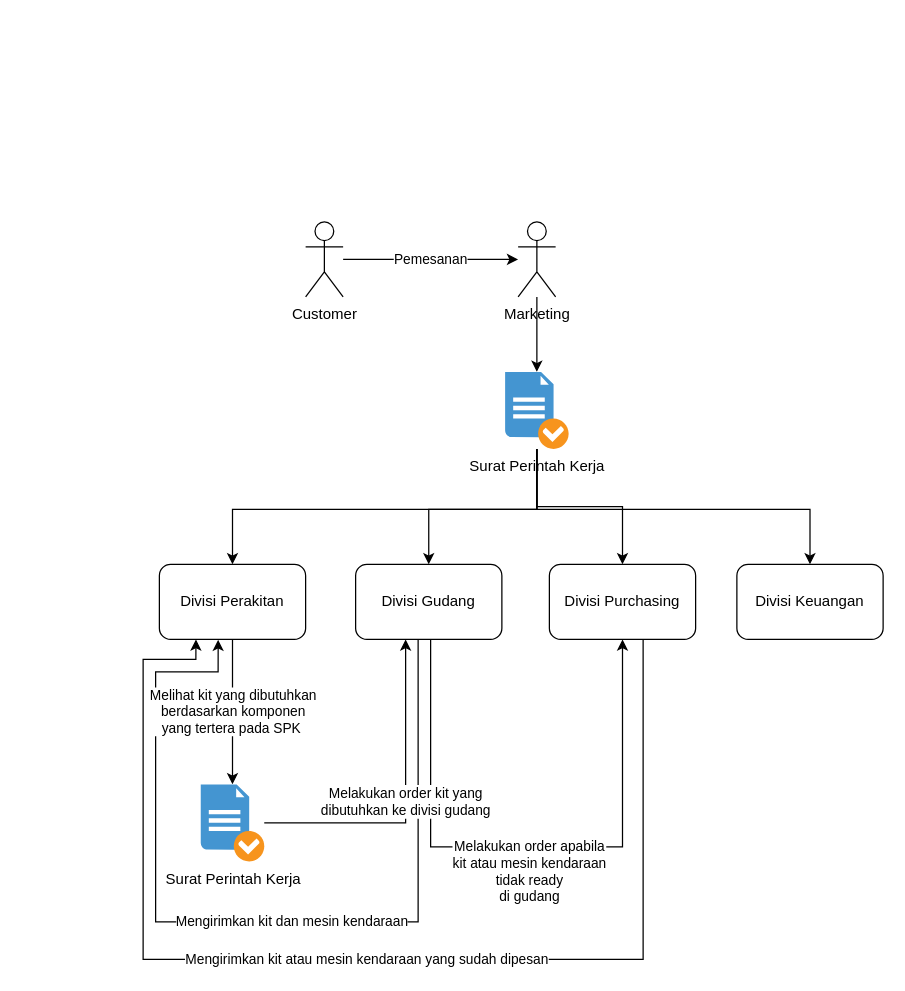
shironekoss/ProjectMagang keeps this draw.io diagram as BUKU/Gambar/sistem_awal.drawio. Above is the earlier version. Source tidied: cells renumbered, new cells numbered last; positions are measured from the earlier drawing's top-left corner, leaving out a move shared by most shapes. Both pictures are drawn from the tidied source at 125%, with x=0, y=0 at pixel (142, 221).
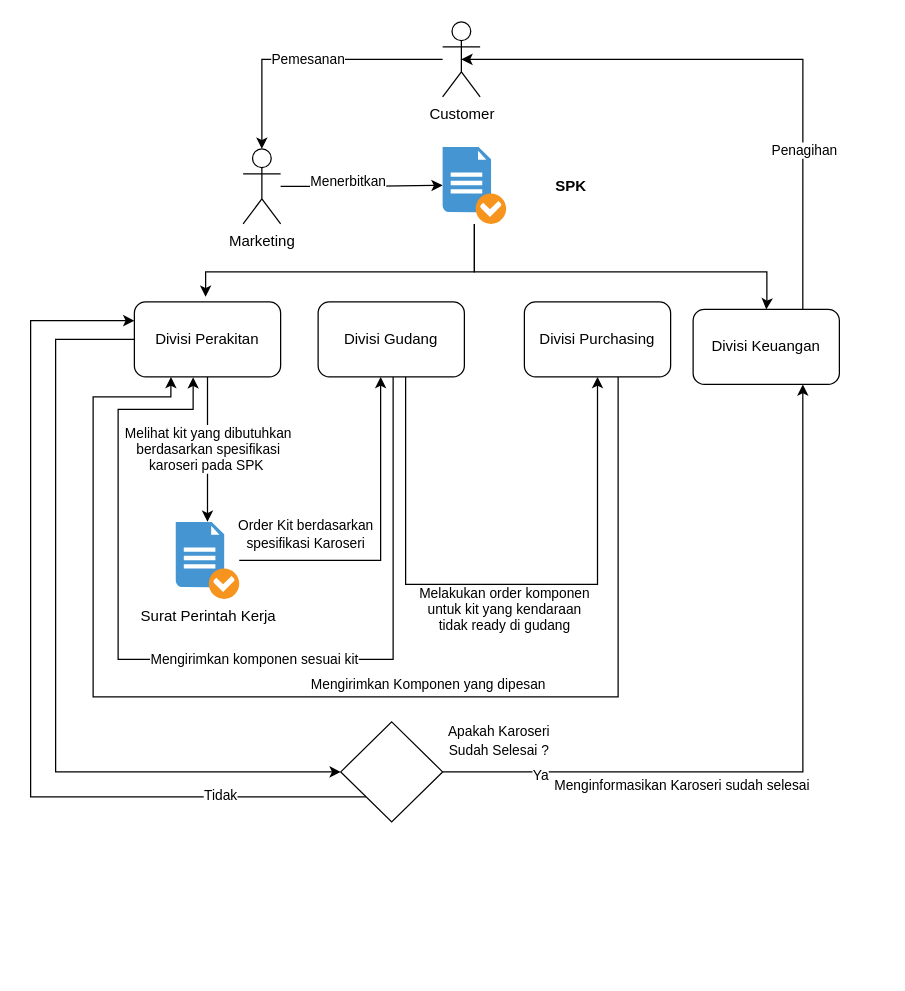
The same diagram, later.

The change refers to these unchanged cells:
```xml
<mxCell id="4" style="edgeStyle=orthogonalEdgeStyle;rounded=0;jettySize=auto;html=1;" parent="1" edge="1" source="5" target="10">
  <mxGeometry relative="1" as="geometry" />
</mxCell>
```

Change to the diagram source:
```diff
@@
     <mxCell id="3" value="Customer" style="shape=umlActor;verticalLabelPosition=bottom;verticalAlign=top;html=1;outlineConnect=0;" parent="1" vertex="1">
-      <mxGeometry x="130" width="30" height="60" as="geometry" />
+      <mxGeometry x="239.6" y="-160" width="30" height="60" as="geometry" />
     </mxCell>
@@
+    <mxCell id="21" value="Menerbitkan" style="edgeLabel;html=1;align=center;verticalAlign=middle;" parent="4" vertex="1">
+      <mxGeometry x="-0.19" y="4" relative="1" as="geometry" />
+    </mxCell>
     <mxCell id="5" value="Marketing" style="shape=umlActor;verticalLabelPosition=bottom;verticalAlign=top;html=1;outlineConnect=0;" parent="1" vertex="1">
-      <mxGeometry x="300" width="30" height="60" as="geometry" />
+      <mxGeometry x="80" y="-58.4" width="30" height="60" as="geometry" />
     </mxCell>
-    <mxCell id="6" style="edgeStyle=orthogonalEdgeStyle;rounded=0;jettySize=auto;html=1;entryX=0.5;entryY=0;entryDx=0;entryDy=0;" parent="1" edge="1" source="10" target="17">
-      <mxGeometry relative="1" as="geometry" />
-    </mxCell>
     <mxCell id="7" style="edgeStyle=orthogonalEdgeStyle;rounded=0;jettySize=auto;html=1;entryX=0.5;entryY=0;entryDx=0;entryDy=0;" parent="1" edge="1" source="10" target="18">
       <mxGeometry relative="1" as="geometry">
         <Array as="points">
-          <mxPoint x="315" y="230" />
-          <mxPoint x="534" y="230" />
+          <mxPoint x="265" y="40" />
+          <mxPoint x="499" y="40" />
+          <mxPoint x="499" y="64" />
         </Array>
       </mxGeometry>
     </mxCell>
-    <mxCell id="8" style="edgeStyle=orthogonalEdgeStyle;rounded=0;jettySize=auto;html=1;entryX=0.5;entryY=0;entryDx=0;entryDy=0;" parent="1" edge="1" source="10" target="13">
-      <mxGeometry relative="1" as="geometry">
-        <Array as="points">
-          <mxPoint x="315" y="230" />
-          <mxPoint x="228" y="230" />
-        </Array>
-      </mxGeometry>
-    </mxCell>
-    <mxCell id="9" style="edgeStyle=orthogonalEdgeStyle;rounded=0;jettySize=auto;html=1;entryX=0.5;entryY=0;entryDx=0;entryDy=0;" parent="1" edge="1" source="10" target="15">
+    <mxCell id="9" style="edgeStyle=orthogonalEdgeStyle;rounded=0;jettySize=auto;html=1;" parent="1" edge="1" source="10">
       <mxGeometry relative="1" as="geometry">
+        <mxPoint x="50" y="60" as="targetPoint" />
         <Array as="points">
-          <mxPoint x="315" y="230" />
-          <mxPoint x="72" y="230" />
+          <mxPoint x="265" y="40" />
+          <mxPoint x="50" y="40" />
         </Array>
       </mxGeometry>
     </mxCell>
-    <mxCell id="10" value="Surat Perintah Kerja" style="shadow=0;dashed=0;html=1;strokeColor=none;fillColor=#4495D1;labelPosition=center;verticalLabelPosition=bottom;verticalAlign=top;align=center;outlineConnect=0;shape=mxgraph.veeam.checked_doc;" parent="1" vertex="1">
-      <mxGeometry x="289.6" y="120" width="50.8" height="61.6" as="geometry" />
+    <mxCell id="10" style="shadow=0;dashed=0;html=1;strokeColor=none;fillColor=#4495D1;labelPosition=center;verticalLabelPosition=bottom;verticalAlign=top;align=center;outlineConnect=0;shape=mxgraph.veeam.checked_doc;" parent="1" vertex="1">
+      <mxGeometry x="239.6" y="-60" width="50.8" height="61.6" as="geometry" />
     </mxCell>
-    <mxCell id="11" value="Mengirimkan kit dan mesin kendaraan" style="edgeStyle=orthogonalEdgeStyle;rounded=0;jettySize=auto;html=1;entryX=0.402;entryY=1.006;entryDx=0;entryDy=0;entryPerimeter=0;" parent="1" edge="1" source="13" target="15">
+    <mxCell id="11" value="Mengirimkan komponen sesuai kit" style="edgeStyle=orthogonalEdgeStyle;rounded=0;jettySize=auto;html=1;entryX=0.402;entryY=1.006;entryDx=0;entryDy=0;entryPerimeter=0;" parent="1" edge="1" source="13" target="15">
       <mxGeometry x="-0.08" relative="1" as="geometry">
         <Array as="points">
-          <mxPoint x="220" y="560" />
-          <mxPoint x="10" y="560" />
-          <mxPoint x="10" y="360" />
-          <mxPoint x="60" y="360" />
+          <mxPoint x="200" y="350" />
+          <mxPoint x="-20" y="350" />
+          <mxPoint x="-20" y="150" />
+          <mxPoint x="40" y="150" />
         </Array>
       </mxGeometry>
     </mxCell>
-    <mxCell id="12" value="Melakukan order apabila &lt;br&gt;kit atau mesin kendaraan &lt;br&gt;tidak ready &lt;br&gt;di gudang" style="edgeStyle=orthogonalEdgeStyle;rounded=0;jettySize=auto;html=1;entryX=0.5;entryY=1;entryDx=0;entryDy=0;" parent="1" edge="1" source="13" target="17">
+    <mxCell id="12" value="Melakukan order komponen&lt;br&gt;untuk kit yang kendaraan &lt;br&gt;tidak ready di gudang" style="edgeStyle=orthogonalEdgeStyle;rounded=0;jettySize=auto;html=1;entryX=0.5;entryY=1;entryDx=0;entryDy=0;" parent="1" edge="1" source="13" target="17">
       <mxGeometry x="0.01" y="-20" relative="1" as="geometry">
         <Array as="points">
-          <mxPoint x="230" y="500" />
-          <mxPoint x="384" y="500" />
+          <mxPoint x="210" y="290" />
+          <mxPoint x="364" y="290" />
         </Array>
       </mxGeometry>
     </mxCell>
     <mxCell id="13" value="Divisi Gudang" style="rounded=1;whiteSpace=wrap;html=1;" parent="1" vertex="1">
-      <mxGeometry x="170" y="274" width="117" height="60" as="geometry" />
+      <mxGeometry x="140" y="64" width="117" height="60" as="geometry" />
     </mxCell>
-    <mxCell id="14" value="Melihat kit yang dibutuhkan &lt;br&gt;berdasarkan komponen &lt;br&gt;yang tertera pada SPK&amp;nbsp;" style="edgeStyle=orthogonalEdgeStyle;rounded=0;jettySize=auto;html=1;" parent="1" edge="1" source="15" target="20">
+    <mxCell id="14" value="Melihat kit yang dibutuhkan &lt;br&gt;berdasarkan spesifikasi&lt;br&gt;karoseri pada SPK&amp;nbsp;" style="edgeStyle=orthogonalEdgeStyle;rounded=0;jettySize=auto;html=1;" parent="1" edge="1" source="15" target="20">
       <mxGeometry relative="1" as="geometry" />
     </mxCell>
+    <mxCell id="22" style="edgeStyle=orthogonalEdgeStyle;rounded=0;jettySize=auto;html=1;exitX=0;exitY=0.5;exitDx=0;exitDy=0;entryX=0;entryY=0.5;entryDx=0;entryDy=0;" parent="1" edge="1" source="15" target="30">
+      <mxGeometry relative="1" as="geometry">
+        <Array as="points">
+          <mxPoint x="-70" y="94" />
+          <mxPoint x="-70" y="440" />
+        </Array>
+      </mxGeometry>
+    </mxCell>
     <mxCell id="15" value="Divisi Perakitan" style="rounded=1;whiteSpace=wrap;html=1;" parent="1" vertex="1">
-      <mxGeometry x="13" y="274" width="117" height="60" as="geometry" />
+      <mxGeometry x="-7" y="64" width="117" height="60" as="geometry" />
     </mxCell>
-    <mxCell id="16" value="Mengirimkan kit atau mesin kendaraan yang sudah dipesan" style="edgeStyle=orthogonalEdgeStyle;rounded=0;jettySize=auto;html=1;entryX=0.25;entryY=1;entryDx=0;entryDy=0;" parent="1" edge="1" source="17" target="15">
-      <mxGeometry relative="1" as="geometry">
+    <mxCell id="16" value="Mengirimkan Komponen yang dipesan" style="edgeStyle=orthogonalEdgeStyle;rounded=0;jettySize=auto;html=1;entryX=0.25;entryY=1;entryDx=0;entryDy=0;" parent="1" edge="1" source="17" target="15">
+      <mxGeometry x="-0.18" y="-10" relative="1" as="geometry">
         <Array as="points">
-          <mxPoint x="400" y="590" />
-          <mxPoint y="590" />
-          <mxPoint y="350" />
-          <mxPoint x="42" y="350" />
+          <mxPoint x="380" y="380" />
+          <mxPoint x="-40" y="380" />
+          <mxPoint x="-40" y="140" />
+          <mxPoint x="22" y="140" />
         </Array>
       </mxGeometry>
     </mxCell>
     <mxCell id="17" value="Divisi Purchasing" style="rounded=1;whiteSpace=wrap;html=1;" parent="1" vertex="1">
-      <mxGeometry x="325" y="274" width="117" height="60" as="geometry" />
+      <mxGeometry x="305" y="64" width="117" height="60" as="geometry" />
     </mxCell>
+    <mxCell id="23" style="edgeStyle=orthogonalEdgeStyle;rounded=0;jettySize=auto;html=1;exitX=0.75;exitY=0;exitDx=0;exitDy=0;entryX=0.5;entryY=0.5;entryDx=0;entryDy=0;entryPerimeter=0;fontSize=11;" parent="1" edge="1" source="18" target="3">
+      <mxGeometry relative="1" as="geometry">
+        <Array as="points">
+          <mxPoint x="528" y="-130" />
+        </Array>
+      </mxGeometry>
+    </mxCell>
+    <mxCell id="24" value="Penagihan" style="edgeLabel;html=1;align=center;verticalAlign=middle;fontSize=11;" parent="23" vertex="1">
+      <mxGeometry x="-0.46" y="-1" relative="1" as="geometry" />
+    </mxCell>
     <mxCell id="18" value="Divisi Keuangan" style="rounded=1;whiteSpace=wrap;html=1;" parent="1" vertex="1">
-      <mxGeometry x="475" y="274" width="117" height="60" as="geometry" />
+      <mxGeometry x="440" y="70" width="117" height="60" as="geometry" />
     </mxCell>
-    <mxCell id="19" value="Melakukan order kit yang &lt;br&gt;dibutuhkan ke divisi gudang" style="edgeStyle=orthogonalEdgeStyle;rounded=0;jettySize=auto;html=1;" parent="1" edge="1" source="20">
-      <mxGeometry relative="1" as="geometry">
-        <mxPoint x="210" y="334" as="targetPoint" />
+    <mxCell id="19" value="Order Kit berdasarkan &lt;br&gt;spesifikasi Karoseri" style="edgeStyle=orthogonalEdgeStyle;rounded=0;jettySize=auto;html=1;" parent="1" edge="1" source="20">
+      <mxGeometry x="-0.59" y="21" relative="1" as="geometry">
+        <mxPoint x="190" y="124" as="targetPoint" />
         <Array as="points">
-          <mxPoint x="210" y="481" />
-          <mxPoint x="210" y="334" />
+          <mxPoint x="190" y="271" />
+          <mxPoint x="190" y="124" />
         </Array>
       </mxGeometry>
     </mxCell>
     <mxCell id="20" value="Surat Perintah Kerja" style="shadow=0;dashed=0;html=1;strokeColor=none;fillColor=#4495D1;labelPosition=center;verticalLabelPosition=bottom;verticalAlign=top;align=center;outlineConnect=0;shape=mxgraph.veeam.checked_doc;" parent="1" vertex="1">
-      <mxGeometry x="46.1" y="450" width="50.8" height="61.6" as="geometry" />
+      <mxGeometry x="26.1" y="240" width="50.8" height="61.6" as="geometry" />
     </mxCell>
+    <mxCell id="25" style="edgeStyle=orthogonalEdgeStyle;rounded=0;jettySize=auto;html=1;exitX=1;exitY=0.5;exitDx=0;exitDy=0;entryX=0.75;entryY=1;entryDx=0;entryDy=0;fontSize=10;" parent="1" edge="1" source="30" target="18">
+      <mxGeometry relative="1" as="geometry" />
+    </mxCell>
+    <mxCell id="26" value="&lt;font style=&quot;font-size: 11px;&quot;&gt;Menginformasikan Karoseri sudah selesai&lt;/font&gt;" style="edgeLabel;html=1;align=center;verticalAlign=middle;fontSize=10;" parent="25" vertex="1">
+      <mxGeometry x="-0.1" y="-4" relative="1" as="geometry">
+        <mxPoint x="-78" y="6" as="offset" />
+      </mxGeometry>
+    </mxCell>
+    <mxCell id="27" value="Ya" style="edgeLabel;html=1;align=center;verticalAlign=middle;fontSize=11;" parent="25" vertex="1">
+      <mxGeometry x="-0.74" y="-2" relative="1" as="geometry" />
+    </mxCell>
+    <mxCell id="28" style="edgeStyle=orthogonalEdgeStyle;rounded=0;jettySize=auto;html=1;exitX=0;exitY=1;exitDx=0;exitDy=0;entryX=0;entryY=0.25;entryDx=0;entryDy=0;fontSize=11;" parent="1" edge="1" source="30" target="15">
+      <mxGeometry relative="1" as="geometry">
+        <Array as="points">
+          <mxPoint x="-90" y="460" />
+          <mxPoint x="-90" y="79" />
+        </Array>
+      </mxGeometry>
+    </mxCell>
+    <mxCell id="29" value="Tidak" style="edgeLabel;html=1;align=center;verticalAlign=middle;fontSize=11;" parent="28" vertex="1">
+      <mxGeometry x="-0.68" y="-2" relative="1" as="geometry" />
+    </mxCell>
+    <mxCell id="30" style="rhombus;whiteSpace=wrap;html=1;" parent="1" vertex="1">
+      <mxGeometry x="158.1" y="400" width="81.5" height="80" as="geometry" />
+    </mxCell>
+    <mxCell id="31" value="&lt;span&gt;&lt;b&gt;SPK&lt;/b&gt;&lt;/span&gt;" style="text;html=1;strokeColor=none;fillColor=none;align=center;verticalAlign=middle;whiteSpace=wrap;rounded=0;" parent="1" vertex="1">
+      <mxGeometry x="290.4" y="-43.4" width="105" height="30" as="geometry" />
+    </mxCell>
+    <mxCell id="32" value="&lt;font style=&quot;font-size: 11px;&quot;&gt;Apakah Karoseri Sudah Selesai ?&lt;/font&gt;" style="text;html=1;strokeColor=none;fillColor=none;align=center;verticalAlign=middle;whiteSpace=wrap;rounded=0;fontSize=12;" parent="1" vertex="1">
+      <mxGeometry x="230" y="400" width="110" height="30" as="geometry" />
+    </mxCell>
```
